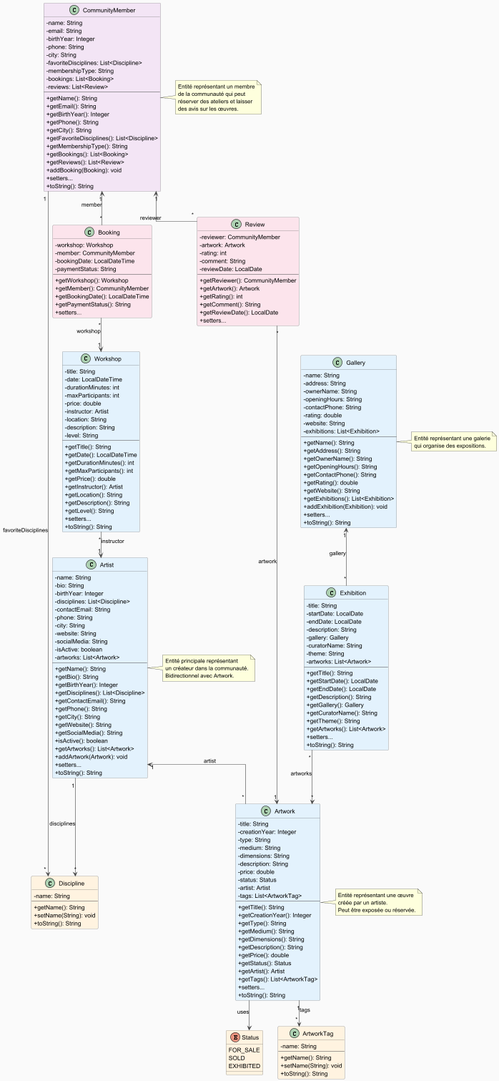
This is ArtConnect_Model_ClassDiagram.png from jujuaero/bdd, a PlantUML export, as it was before one commit. Its diagram source:
```plantuml
@startuml ArtConnect_Model_ClassDiagram
!define ABSTRACT_COLOR #E1F5FF
!define ENTITY_COLOR #F3E5F5
!define ENUM_COLOR #FFF3E0

skinparam backgroundColor #FAFAFA
skinparam classBackgroundColor ENTITY_COLOR
skinparam classArrowColor #424242
skinparam classBorderColor #616161
skinparam classAttributeIconSize 0
skinparam linetype ortho

enum Status #FFF3E0 {
    FOR_SALE
    SOLD
    EXHIBITED
}

class Discipline #FFF3E0 {
    -name: String
    --
    +getName(): String
    +setName(String): void
    +toString(): String
}

class ArtworkTag #FFF3E0 {
    -name: String
    --
    +getName(): String
    +setName(String): void
    +toString(): String
}

class Artist #E3F2FD {
    -name: String
    -bio: String
    -birthYear: Integer
    -disciplines: List<Discipline>
    -contactEmail: String
    -phone: String
    -city: String
    -website: String
    -socialMedia: String
    -isActive: boolean
    -artworks: List<Artwork>
    --
    +getName(): String
    +getBio(): String
    +getBirthYear(): Integer
    +getDisciplines(): List<Discipline>
    +getContactEmail(): String
    +getPhone(): String
    +getCity(): String
    +getWebsite(): String
    +getSocialMedia(): String
    +isActive(): boolean
    +getArtworks(): List<Artwork>
    +addArtwork(Artwork): void
    +setters...
    +toString(): String
}

class Artwork #E3F2FD {
    -title: String
    -creationYear: Integer
    -type: String
    -medium: String
    -dimensions: String
    -description: String
    -price: double
    -status: Status
    -artist: Artist
    -tags: List<ArtworkTag>
    --
    +getTitle(): String
    +getCreationYear(): Integer
    +getType(): String
    +getMedium(): String
    +getDimensions(): String
    +getDescription(): String
    +getPrice(): double
    +getStatus(): Status
    +getArtist(): Artist
    +getTags(): List<ArtworkTag>
    +setters...
    +toString(): String
}

class Gallery #E3F2FD {
    -name: String
    -address: String
    -ownerName: String
    -openingHours: String
    -contactPhone: String
    -rating: double
    -website: String
    -exhibitions: List<Exhibition>
    --
    +getName(): String
    +getAddress(): String
    +getOwnerName(): String
    +getOpeningHours(): String
    +getContactPhone(): String
    +getRating(): double
    +getWebsite(): String
    +getExhibitions(): List<Exhibition>
    +addExhibition(Exhibition): void
    +setters...
    +toString(): String
}

class Exhibition #E3F2FD {
    -title: String
    -startDate: LocalDate
    -endDate: LocalDate
    -description: String
    -gallery: Gallery
    -curatorName: String
    -theme: String
    -artworks: List<Artwork>
    --
    +getTitle(): String
    +getStartDate(): LocalDate
    +getEndDate(): LocalDate
    +getDescription(): String
    +getGallery(): Gallery
    +getCuratorName(): String
    +getTheme(): String
    +getArtworks(): List<Artwork>
    +setters...
    +toString(): String
}

class Workshop #E3F2FD {
    -title: String
    -date: LocalDateTime
    -durationMinutes: int
    -maxParticipants: int
    -price: double
    -instructor: Artist
    -location: String
    -description: String
    -level: String
    --
    +getTitle(): String
    +getDate(): LocalDateTime
    +getDurationMinutes(): int
    +getMaxParticipants(): int
    +getPrice(): double
    +getInstructor(): Artist
    +getLocation(): String
    +getDescription(): String
    +getLevel(): String
    +setters...
    +toString(): String
}

class CommunityMember #F3E5F5 {
    -name: String
    -email: String
    -birthYear: Integer
    -phone: String
    -city: String
    -favoriteDisciplines: List<Discipline>
    -membershipType: String
    -bookings: List<Booking>
    -reviews: List<Review>
    --
    +getName(): String
    +getEmail(): String
    +getBirthYear(): Integer
    +getPhone(): String
    +getCity(): String
    +getFavoriteDisciplines(): List<Discipline>
    +getMembershipType(): String
    +getBookings(): List<Booking>
    +getReviews(): List<Review>
    +addBooking(Booking): void
    +setters...
    +toString(): String
}

class Booking #FCE4EC {
    -workshop: Workshop
    -member: CommunityMember
    -bookingDate: LocalDateTime
    -paymentStatus: String
    --
    +getWorkshop(): Workshop
    +getMember(): CommunityMember
    +getBookingDate(): LocalDateTime
    +getPaymentStatus(): String
    +setters...
}

class Review #FCE4EC {
    -reviewer: CommunityMember
    -artwork: Artwork
    -rating: int
    -comment: String
    -reviewDate: LocalDate
    --
    +getReviewer(): CommunityMember
    +getArtwork(): Artwork
    +getRating(): int
    +getComment(): String
    +getReviewDate(): LocalDate
    +setters...
}


Artwork --> Status : uses

Artist "1" --> "*" Discipline : disciplines

Artist "1" <-- "*" Artwork : artist

Artwork "1" --> "*" ArtworkTag : tags

Gallery "1" <-- "*" Exhibition : gallery

Exhibition "*" --> "*" Artwork : artworks

Workshop "*" --> "1" Artist : instructor

CommunityMember "1" --> "*" Discipline : favoriteDisciplines

CommunityMember "1" <-- "*" Booking : member

Booking "*" --> "1" Workshop : workshop

CommunityMember "1" <-- "*" Review : reviewer

Review "*" --> "1" Artwork : artwork

note right of Artist
  Entité principale représentant
  un créateur dans la communauté.
  Bidirectionnel avec Artwork.
end note

note right of Artwork
  Entité représentant une œuvre
  créée par un artiste.
  Peut être exposée ou réservée.
end note

note right of Gallery
  Entité représentant une galerie
  qui organise des expositions.
end note

note right of CommunityMember
  Entité représentant un membre
  de la communauté qui peut
  réserver des ateliers et laisser
  des avis sur les œuvres.
end note

@enduml
```
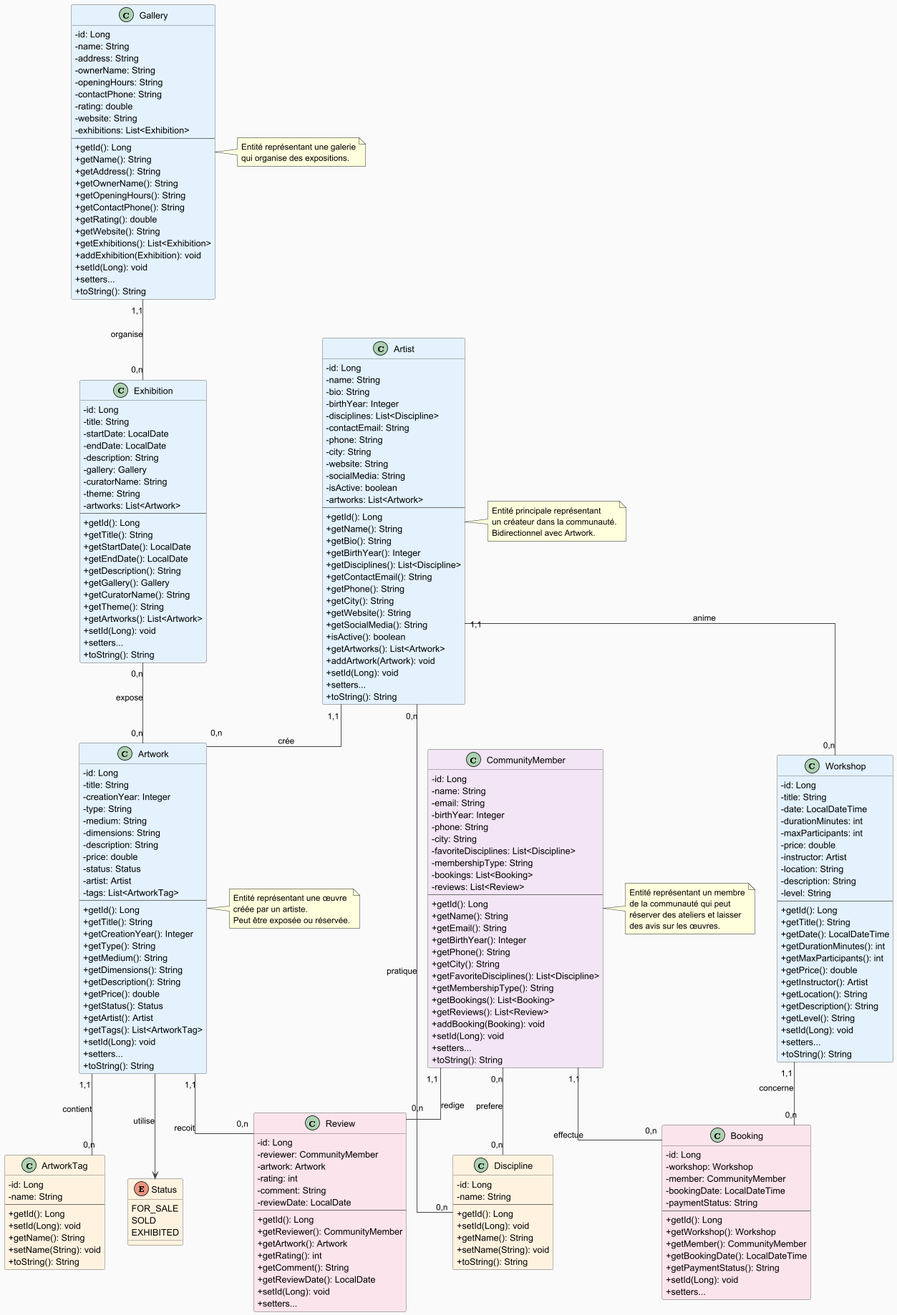
The same diagram one commit later.

The edit, as a diff of the source:
```diff
@@ -17,22 +17,29 @@
 }
 
 class Discipline #FFF3E0 {
+    -id: Long
     -name: String
     --
+    +getId(): Long
+    +setId(Long): void
     +getName(): String
     +setName(String): void
     +toString(): String
 }
 
 class ArtworkTag #FFF3E0 {
+    -id: Long
     -name: String
     --
+    +getId(): Long
+    +setId(Long): void
     +getName(): String
     +setName(String): void
     +toString(): String
 }
 
 class Artist #E3F2FD {
+    -id: Long
     -name: String
     -bio: String
     -birthYear: Integer
@@ -45,6 +52,7 @@
     -isActive: boolean
     -artworks: List<Artwork>
     --
+    +getId(): Long
     +getName(): String
     +getBio(): String
     +getBirthYear(): Integer
@@ -57,11 +65,13 @@
     +isActive(): boolean
     +getArtworks(): List<Artwork>
     +addArtwork(Artwork): void
+    +setId(Long): void
     +setters...
     +toString(): String
 }
 
 class Artwork #E3F2FD {
+    -id: Long
     -title: String
     -creationYear: Integer
     -type: String
@@ -73,6 +83,7 @@
     -artist: Artist
     -tags: List<ArtworkTag>
     --
+    +getId(): Long
     +getTitle(): String
     +getCreationYear(): Integer
     +getType(): String
@@ -83,11 +94,13 @@
     +getStatus(): Status
     +getArtist(): Artist
     +getTags(): List<ArtworkTag>
+    +setId(Long): void
     +setters...
     +toString(): String
 }
 
 class Gallery #E3F2FD {
+    -id: Long
     -name: String
     -address: String
     -ownerName: String
@@ -97,6 +110,7 @@
     -website: String
     -exhibitions: List<Exhibition>
     --
+    +getId(): Long
     +getName(): String
     +getAddress(): String
     +getOwnerName(): String
@@ -106,11 +120,13 @@
     +getWebsite(): String
     +getExhibitions(): List<Exhibition>
     +addExhibition(Exhibition): void
+    +setId(Long): void
     +setters...
     +toString(): String
 }
 
 class Exhibition #E3F2FD {
+    -id: Long
     -title: String
     -startDate: LocalDate
     -endDate: LocalDate
@@ -120,6 +136,7 @@
     -theme: String
     -artworks: List<Artwork>
     --
+    +getId(): Long
     +getTitle(): String
     +getStartDate(): LocalDate
     +getEndDate(): LocalDate
@@ -128,11 +145,13 @@
     +getCuratorName(): String
     +getTheme(): String
     +getArtworks(): List<Artwork>
+    +setId(Long): void
     +setters...
     +toString(): String
 }
 
 class Workshop #E3F2FD {
+    -id: Long
     -title: String
     -date: LocalDateTime
     -durationMinutes: int
@@ -143,6 +162,7 @@
     -description: String
     -level: String
     --
+    +getId(): Long
     +getTitle(): String
     +getDate(): LocalDateTime
     +getDurationMinutes(): int
@@ -152,11 +172,13 @@
     +getLocation(): String
     +getDescription(): String
     +getLevel(): String
+    +setId(Long): void
     +setters...
     +toString(): String
 }
 
 class CommunityMember #F3E5F5 {
+    -id: Long
     -name: String
     -email: String
     -birthYear: Integer
@@ -167,6 +189,7 @@
     -bookings: List<Booking>
     -reviews: List<Review>
     --
+    +getId(): Long
     +getName(): String
     +getEmail(): String
     +getBirthYear(): Integer
@@ -177,62 +200,69 @@
     +getBookings(): List<Booking>
     +getReviews(): List<Review>
     +addBooking(Booking): void
+    +setId(Long): void
     +setters...
     +toString(): String
 }
 
 class Booking #FCE4EC {
+    -id: Long
     -workshop: Workshop
     -member: CommunityMember
     -bookingDate: LocalDateTime
     -paymentStatus: String
     --
+    +getId(): Long
     +getWorkshop(): Workshop
     +getMember(): CommunityMember
     +getBookingDate(): LocalDateTime
     +getPaymentStatus(): String
+    +setId(Long): void
     +setters...
 }
 
 class Review #FCE4EC {
+    -id: Long
     -reviewer: CommunityMember
     -artwork: Artwork
     -rating: int
     -comment: String
     -reviewDate: LocalDate
     --
+    +getId(): Long
     +getReviewer(): CommunityMember
     +getArtwork(): Artwork
     +getRating(): int
     +getComment(): String
     +getReviewDate(): LocalDate
+    +setId(Long): void
     +setters...
 }
 
 
-Artwork --> Status : uses
+Artwork --> Status : utilise
 
-Artist "1" --> "*" Discipline : disciplines
+Artist "0,n" -- "0,n" Discipline : pratique
 
-Artist "1" <-- "*" Artwork : artist
+Artist "1,1" -- "0,n" Artwork : crée
 
-Artwork "1" --> "*" ArtworkTag : tags
+Artwork "1,1" -- "0,n" ArtworkTag : contient
 
-Gallery "1" <-- "*" Exhibition : gallery
+Gallery "1,1" -- "0,n" Exhibition : organise
 
-Exhibition "*" --> "*" Artwork : artworks
+Exhibition "0,n" -- "0,n" Artwork : expose
 
-Workshop "*" --> "1" Artist : instructor
+Artist "1,1" -- "0,n" Workshop : anime
 
-CommunityMember "1" --> "*" Discipline : favoriteDisciplines
+CommunityMember "0,n" -- "0,n" Discipline : prefere
 
-CommunityMember "1" <-- "*" Booking : member
+CommunityMember "1,1" -- "0,n" Booking : effectue
 
-Booking "*" --> "1" Workshop : workshop
+Workshop "1,1" -- "0,n" Booking : concerne
 
-CommunityMember "1" <-- "*" Review : reviewer
+CommunityMember "1,1" -- "0,n" Review : redige
 
-Review "*" --> "1" Artwork : artwork
+Artwork "1,1" -- "0,n" Review : recoit
 
 note right of Artist
   Entité principale représentant
```
